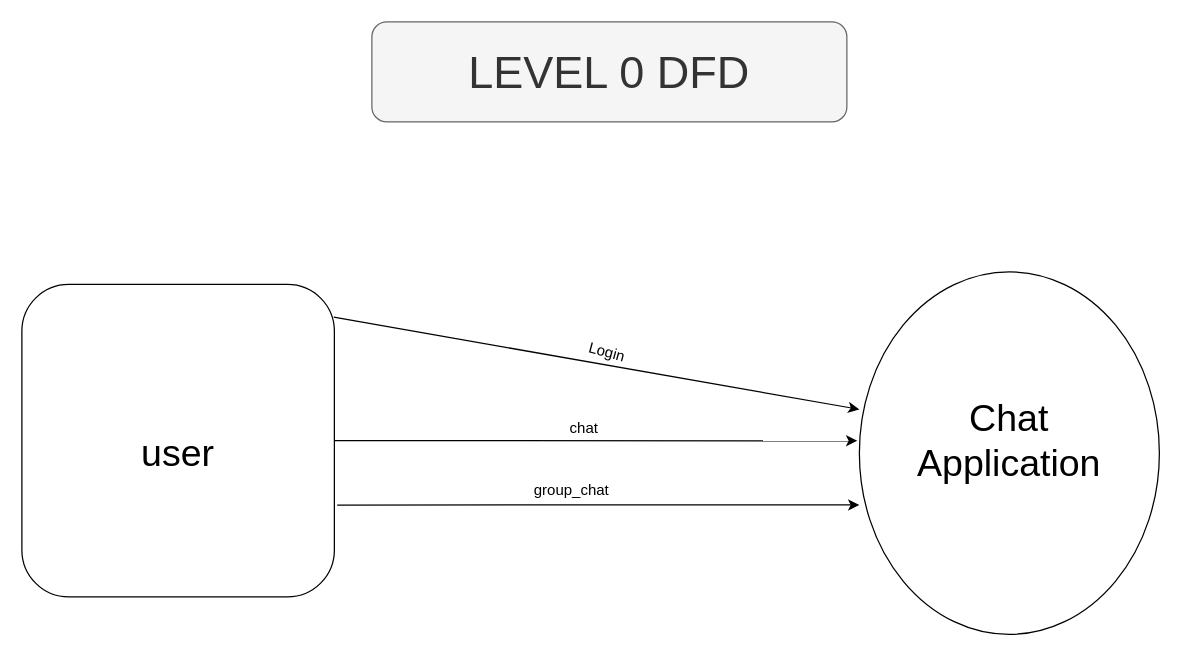
This is page "Page-2" (2 of 2) of Untitled Diagram.drawio from chetan-v/check, a draw.io file, before an edit. Source tidied: cells renumbered, new cells numbered last; positions are measured from the earlier drawing's top-left corner, leaving out a move shared by most shapes. Both pictures are drawn from the tidied source at 125%, with x=0, y=0 at pixel (21, 21).
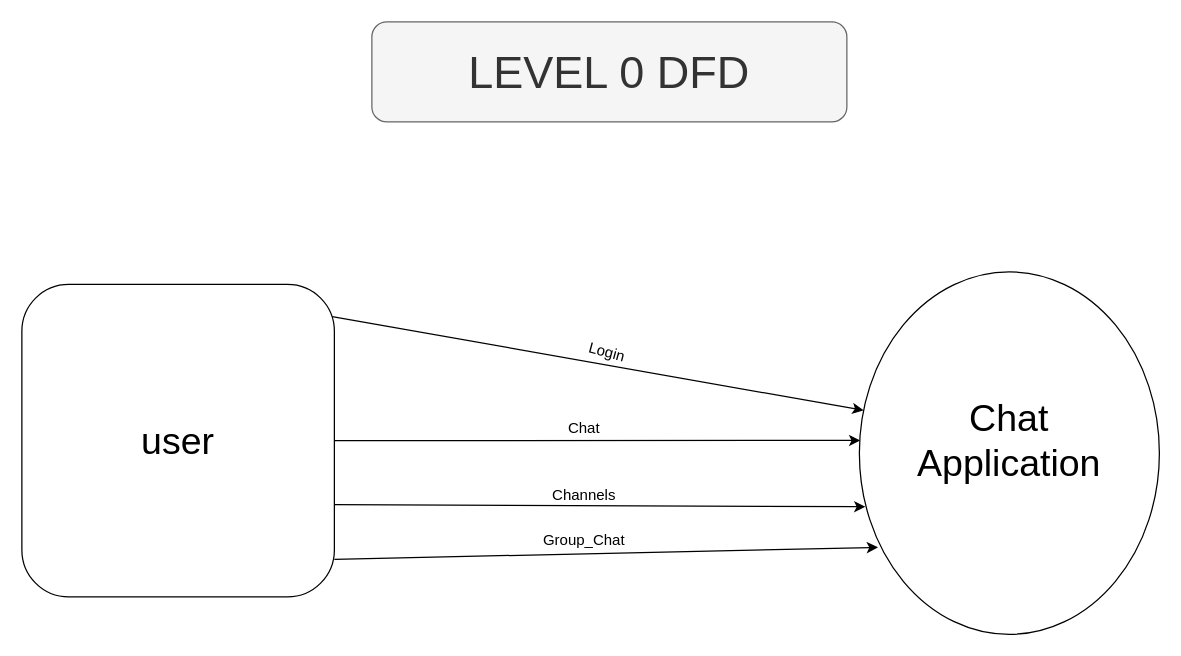
The same diagram, later.

Change to the diagram source:
```diff
@@
 <mxGraphModel>
   <root>
     <mxCell id="0" />
     <mxCell id="1" parent="0" />
     <mxCell id="2" value="&lt;font style=&quot;font-size: 36px;&quot;&gt;LEVEL 0 DFD&lt;/font&gt;" style="rounded=1;whiteSpace=wrap;html=1;fillColor=#f5f5f5;fontColor=#333333;strokeColor=#666666;" parent="1" vertex="1">
       <mxGeometry x="280" width="380" height="80" as="geometry" />
     </mxCell>
     <mxCell id="3" style="ellipse;whiteSpace=wrap;html=1;direction=south;" parent="1" vertex="1">
       <mxGeometry x="670" y="200" width="240" height="290" as="geometry" />
     </mxCell>
     <mxCell id="4" value="&lt;font style=&quot;font-size: 30px;&quot;&gt;Chat&lt;br&gt;Application&lt;/font&gt;" style="text;html=1;strokeColor=none;fillColor=none;align=center;verticalAlign=middle;whiteSpace=wrap;rounded=0;" parent="1" vertex="1">
       <mxGeometry x="710" y="280" width="160" height="110" as="geometry" />
     </mxCell>
     <mxCell id="5" style="rounded=1;whiteSpace=wrap;html=1;" parent="1" vertex="1">
       <mxGeometry y="210" width="250" height="250" as="geometry" />
     </mxCell>
     <mxCell id="6" value="&lt;font style=&quot;font-size: 30px;&quot;&gt;user&lt;/font&gt;" style="text;html=1;strokeColor=none;fillColor=none;align=center;verticalAlign=middle;whiteSpace=wrap;rounded=0;" parent="1" vertex="1">
-      <mxGeometry x="95" y="330" width="60" height="30" as="geometry" />
+      <mxGeometry x="95" y="320" width="60" height="30" as="geometry" />
     </mxCell>
-    <mxCell id="7" style="endArrow=classic;html=1;rounded=0;exitX=0.998;exitY=0.105;exitDx=0;exitDy=0;exitPerimeter=0;" parent="1" edge="1" source="5">
-      <mxGeometry relative="1" as="geometry">
-        <mxPoint x="670" y="310" as="targetPoint" />
-      </mxGeometry>
+    <mxCell id="7" style="endArrow=classic;html=1;rounded=0;exitX=0.993;exitY=0.103;exitDx=0;exitDy=0;exitPerimeter=0;entryX=0.382;entryY=0.986;entryDx=0;entryDy=0;entryPerimeter=0;" parent="1" edge="1" source="5" target="3">
+      <mxGeometry relative="1" as="geometry" />
     </mxCell>
     <mxCell id="8" value="Login&amp;nbsp;" style="text;html=1;strokeColor=none;fillColor=none;align=center;verticalAlign=middle;whiteSpace=wrap;rounded=0;rotation=15;" parent="1" vertex="1">
       <mxGeometry x="440" y="250" width="60" height="30" as="geometry" />
     </mxCell>
-    <mxCell id="9" style="endArrow=classic;html=1;rounded=0;exitX=1;exitY=0.5;exitDx=0;exitDy=0;entryX=0.466;entryY=1.007;entryDx=0;entryDy=0;entryPerimeter=0;" parent="1" edge="1" source="5" target="3">
+    <mxCell id="9" style="endArrow=classic;html=1;rounded=0;exitX=1;exitY=0.5;exitDx=0;exitDy=0;entryX=0.465;entryY=0.997;entryDx=0;entryDy=0;entryPerimeter=0;" parent="1" edge="1" source="5" target="3">
       <mxGeometry relative="1" as="geometry" />
     </mxCell>
-    <mxCell id="10" value="chat" style="text;html=1;strokeColor=none;fillColor=none;align=center;verticalAlign=middle;whiteSpace=wrap;rounded=0;" parent="1" vertex="1">
+    <mxCell id="10" value="Chat" style="text;html=1;strokeColor=none;fillColor=none;align=center;verticalAlign=middle;whiteSpace=wrap;rounded=0;" parent="1" vertex="1">
       <mxGeometry x="420" y="310" width="60" height="30" as="geometry" />
     </mxCell>
-    <mxCell id="11" style="endArrow=classic;html=1;rounded=0;exitX=1.009;exitY=0.706;exitDx=0;exitDy=0;exitPerimeter=0;entryX=0.643;entryY=1;entryDx=0;entryDy=0;entryPerimeter=0;" parent="1" edge="1" source="5" target="3">
+    <mxCell id="11" style="endArrow=classic;html=1;rounded=0;exitX=1;exitY=0.705;exitDx=0;exitDy=0;exitPerimeter=0;entryX=0.648;entryY=0.98;entryDx=0;entryDy=0;entryPerimeter=0;" parent="1" edge="1" source="5" target="3">
       <mxGeometry relative="1" as="geometry" />
     </mxCell>
-    <mxCell id="12" value="group_chat" style="text;html=1;strokeColor=none;fillColor=none;align=center;verticalAlign=middle;whiteSpace=wrap;rounded=0;" parent="1" vertex="1">
-      <mxGeometry x="410" y="360" width="60" height="30" as="geometry" />
+    <mxCell id="12" value="Channels" style="text;html=1;strokeColor=none;fillColor=none;align=center;verticalAlign=middle;whiteSpace=wrap;rounded=0;" parent="1" vertex="1">
+      <mxGeometry x="420" y="364" width="60" height="30" as="geometry" />
     </mxCell>
+    <mxCell id="13" style="endArrow=classic;html=1;rounded=0;entryX=0.76;entryY=0.938;entryDx=0;entryDy=0;entryPerimeter=0;" parent="1" edge="1" target="3">
+      <mxGeometry relative="1" as="geometry">
+        <mxPoint x="250" y="430" as="sourcePoint" />
+      </mxGeometry>
+    </mxCell>
+    <mxCell id="14" value="Group_Chat" style="text;html=1;strokeColor=none;fillColor=none;align=center;verticalAlign=middle;whiteSpace=wrap;rounded=0;" parent="1" vertex="1">
+      <mxGeometry x="420" y="400" width="60" height="30" as="geometry" />
+    </mxCell>
   </root>
 </mxGraphModel>
```
